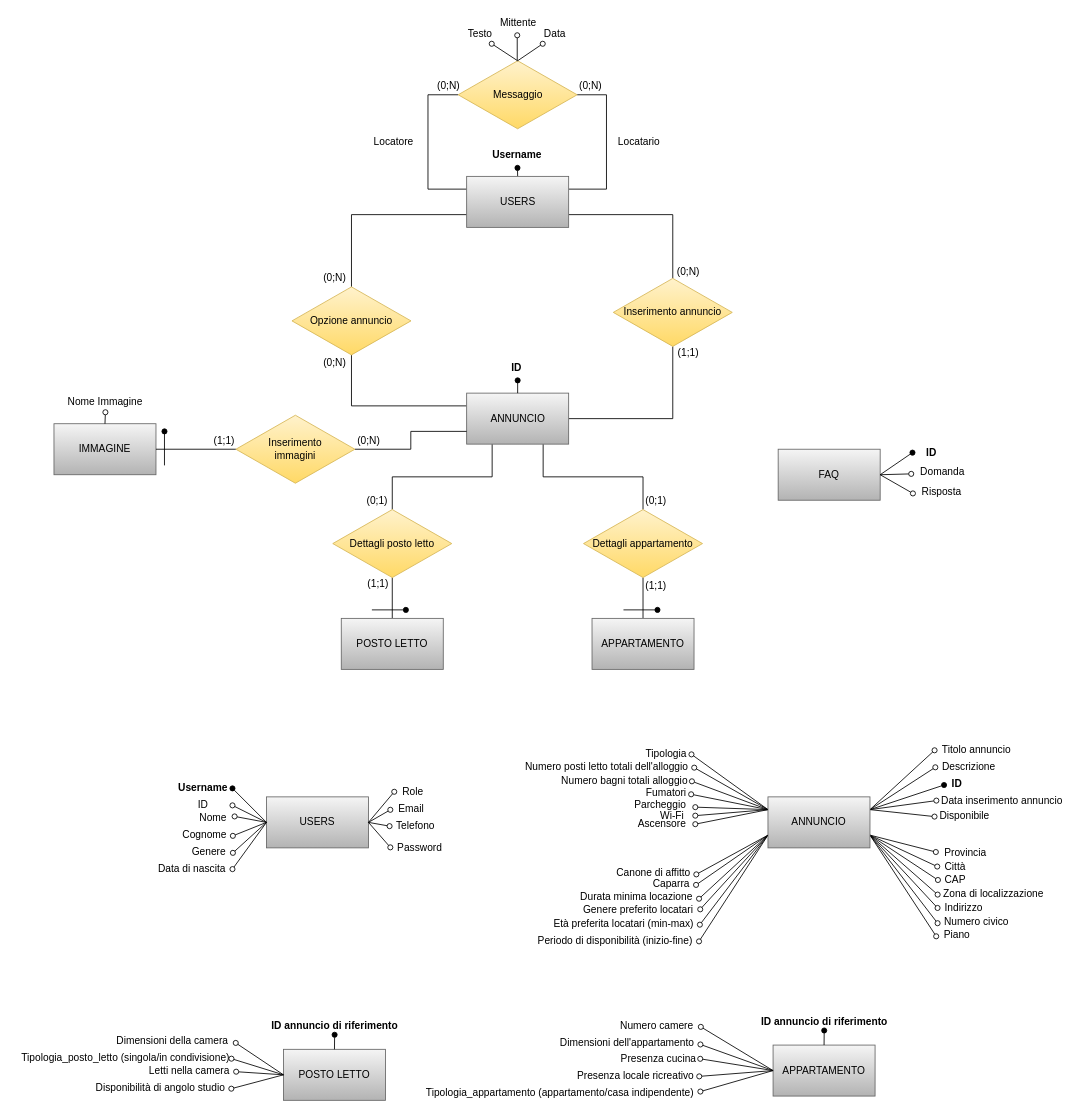
This is Database/Schema_ER_database.drawio from fd-col/RentAdvisor, a draw.io file, before an edit. Source tidied: cells renumbered, new cells numbered last; positions are measured from the earlier drawing's top-left corner, leaving out a move shared by most shapes. Both pictures are drawn from the tidied source at 85%, with x=0, y=0 at pixel (14, 14).
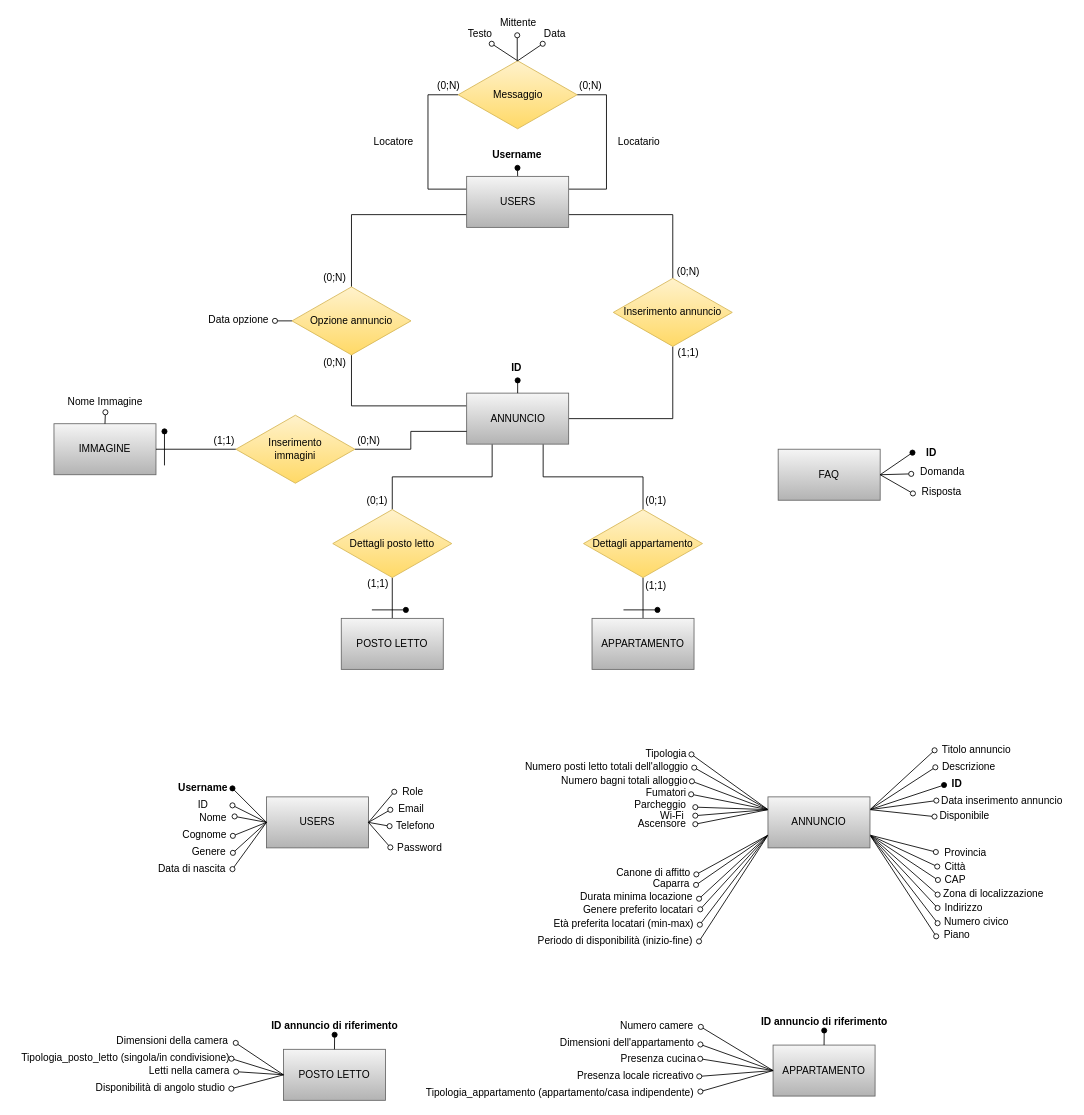
The same page after the edit.

Unchanged cells that the change refers to:
```xml
<mxCell id="13" value="Opzione annuncio" style="rhombus;whiteSpace=wrap;html=1;fillColor=#fff2cc;gradientColor=#ffd966;strokeColor=#d6b656;" parent="1" vertex="1">
  <mxGeometry x="326" y="320" width="140" height="80" as="geometry" />
</mxCell>
```

Diff of the diagram source:
```diff
@@
+    <mxCell id="157" style="endArrow=oval;html=1;rounded=0;endFill=0;exitX=0;exitY=0.5;exitDx=0;exitDy=0;" parent="1" edge="1" source="13">
+      <mxGeometry relative="1" as="geometry">
+        <mxPoint x="306" y="360" as="targetPoint" />
+      </mxGeometry>
+    </mxCell>
+    <mxCell id="158" value="Data opzione" style="text;html=1;align=center;verticalAlign=middle;strokeColor=none;fillColor=none;" parent="1" vertex="1">
+      <mxGeometry x="218" y="349" width="90" height="20" as="geometry" />
+    </mxCell>
```
